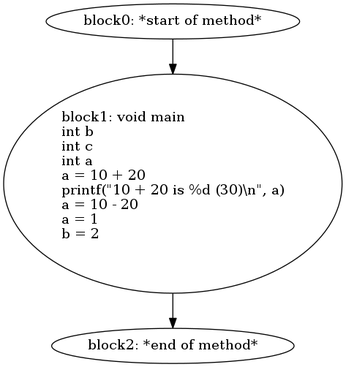
This is foo.png from jimmyz42/CCompiler, a Graphviz export, as it was before one commit. Its source is kept beside it as foo.dot.
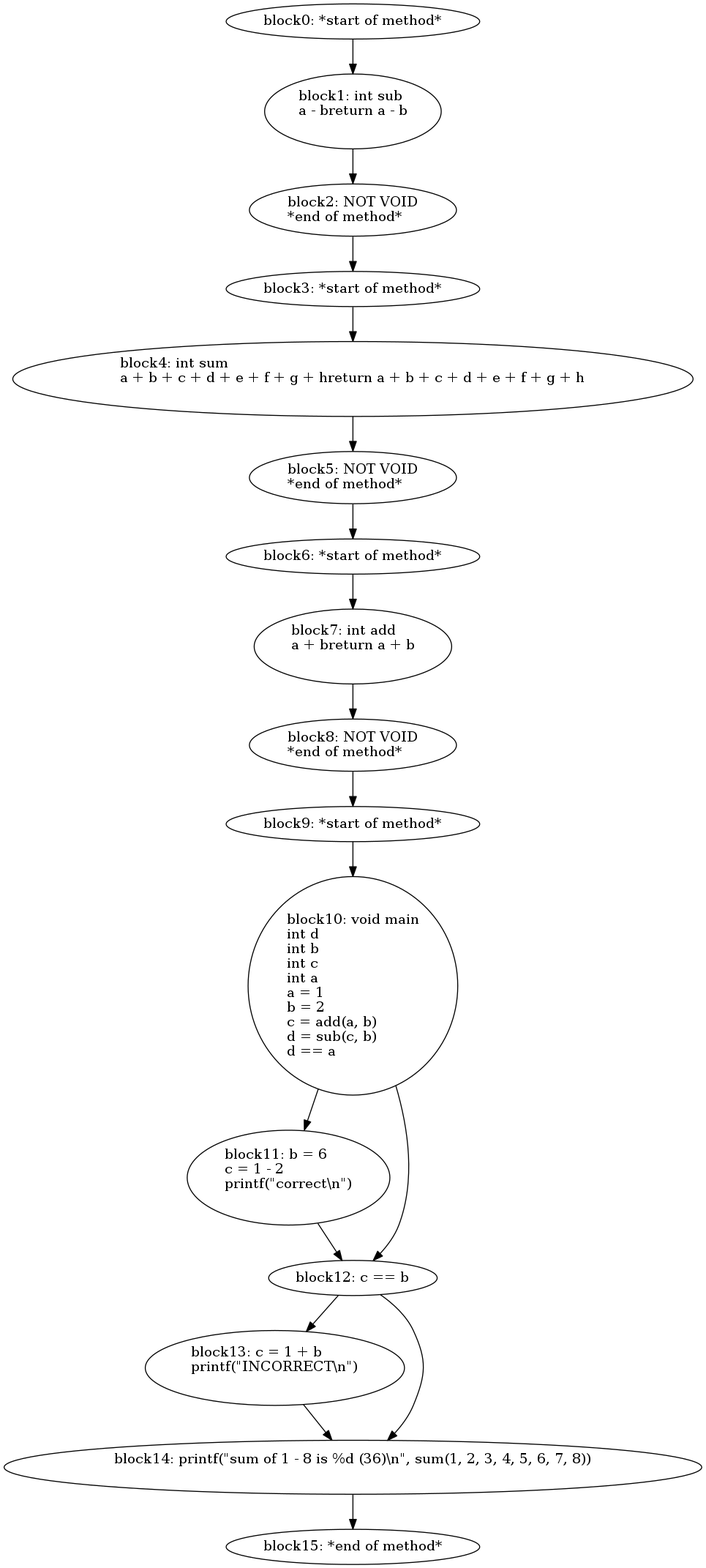
The same diagram one commit later.

Commit message:
Liveness now counts Method Args as variables

The edit, as a diff of the source:
```diff
@@ -1,7 +1,35 @@
 digraph G {
   block0 [ label="block0: *start\ of\ method*\l" ];
-  block1 [ label="block1: void\ main\lint\ b\lint\ c\lint\ a\la\ =\ 10\ +\ 20\lprintf\(\"10\ +\ 20\ is\ %d\ \(30\)\\n\"\,\ a\)\la\ =\ 10\ -\ 20\la\ =\ 1\lb\ =\ 2\l\l" ];
-  block2 [ label="block2: *end\ of\ method*\l" ];
+  block1 [ label="block1: int\ sub\la\ -\ breturn\ a\ -\ b\l\l" ];
+  block2 [ label="block2: NOT\ VOID\l*end\ of\ method*\l" ];
+  block3 [ label="block3: *start\ of\ method*\l" ];
+  block4 [ label="block4: int\ sum\la\ +\ b\ +\ c\ +\ d\ +\ e\ +\ f\ +\ g\ +\ hreturn\ a\ +\ b\ +\ c\ +\ d\ +\ e\ +\ f\ +\ g\ +\ h\l\l" ];
+  block5 [ label="block5: NOT\ VOID\l*end\ of\ method*\l" ];
+  block6 [ label="block6: *start\ of\ method*\l" ];
+  block7 [ label="block7: int\ add\la\ +\ breturn\ a\ +\ b\l\l" ];
+  block8 [ label="block8: NOT\ VOID\l*end\ of\ method*\l" ];
+  block9 [ label="block9: *start\ of\ method*\l" ];
+  block10 [ label="block10: void\ main\lint\ d\lint\ b\lint\ c\lint\ a\la\ =\ 1\lb\ =\ 2\lc\ =\ add\(a\,\ b\)\ld\ =\ sub\(c\,\ b\)\ld\ ==\ a\l" ];
+  block11 [ label="block11: b\ =\ 6\lc\ =\ 1\ -\ 2\lprintf\(\"correct\\n\"\)\l\l" ];
+  block12 [ label="block12: c\ ==\ b\l" ];
+  block13 [ label="block13: c\ =\ 1\ +\ b\lprintf\(\"INCORRECT\\n\"\)\l\l" ];
+  block14 [ label="block14: printf\(\"sum\ of\ 1\ -\ 8\ is\ %d\ \(36\)\\n\"\,\ sum\(1\,\ 2\,\ 3\,\ 4\,\ 5\,\ 6\,\ 7\,\ 8\)\)\l\l" ];
+  block15 [ label="block15: *end\ of\ method*\l" ];
   block0 -> block1;
   block1 -> block2;
+  block2 -> block3;
+  block3 -> block4;
+  block4 -> block5;
+  block5 -> block6;
+  block6 -> block7;
+  block7 -> block8;
+  block8 -> block9;
+  block9 -> block10;
+  block10 -> block11;
+  block11 -> block12;
+  block12 -> block13;
+  block13 -> block14;
+  block14 -> block15;
+  block12 -> block14;
+  block10 -> block12;
 }
```
